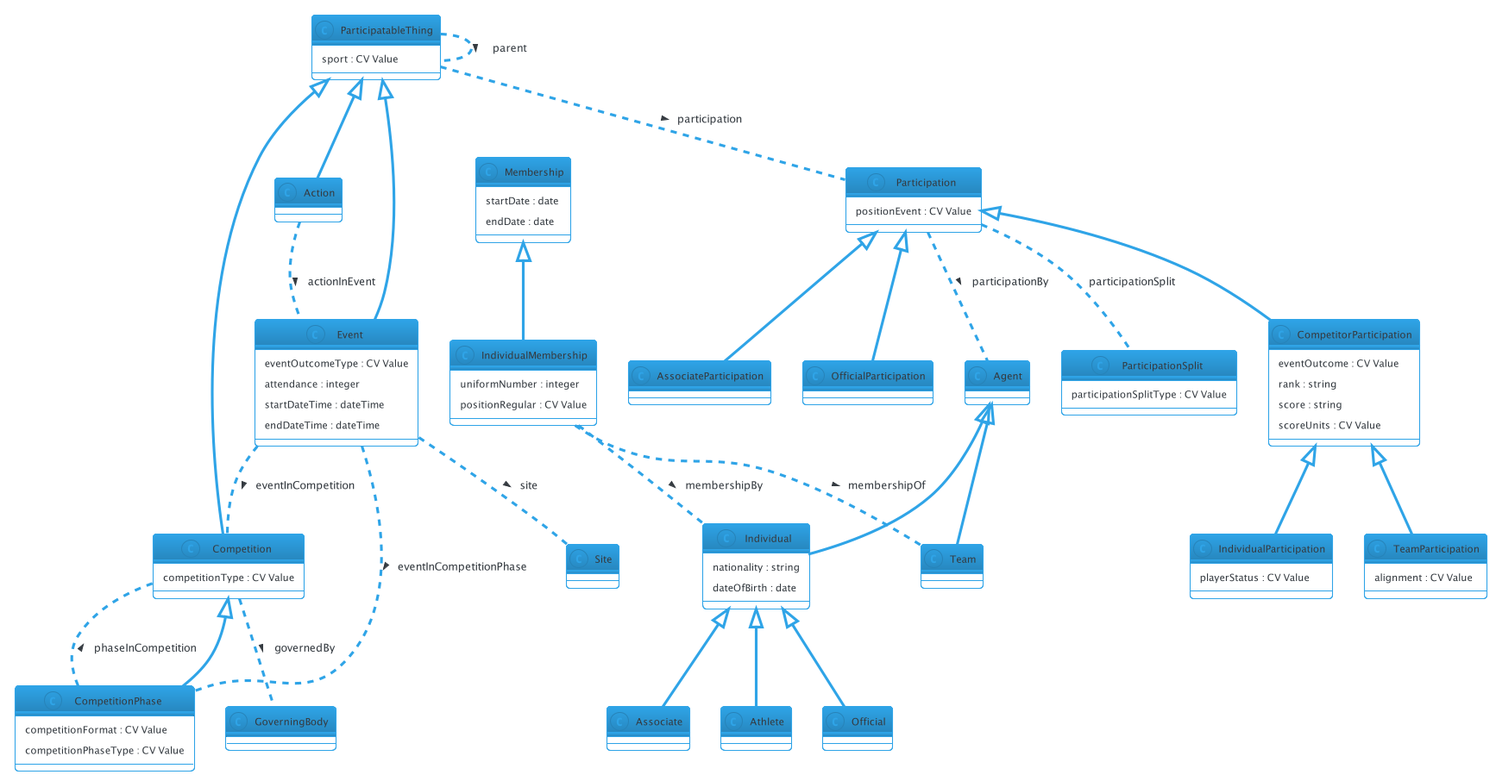
Before: docs/diagrams/iptc-sport-model.png, a diagram exported from PlantUML (iptc/sport-schema).
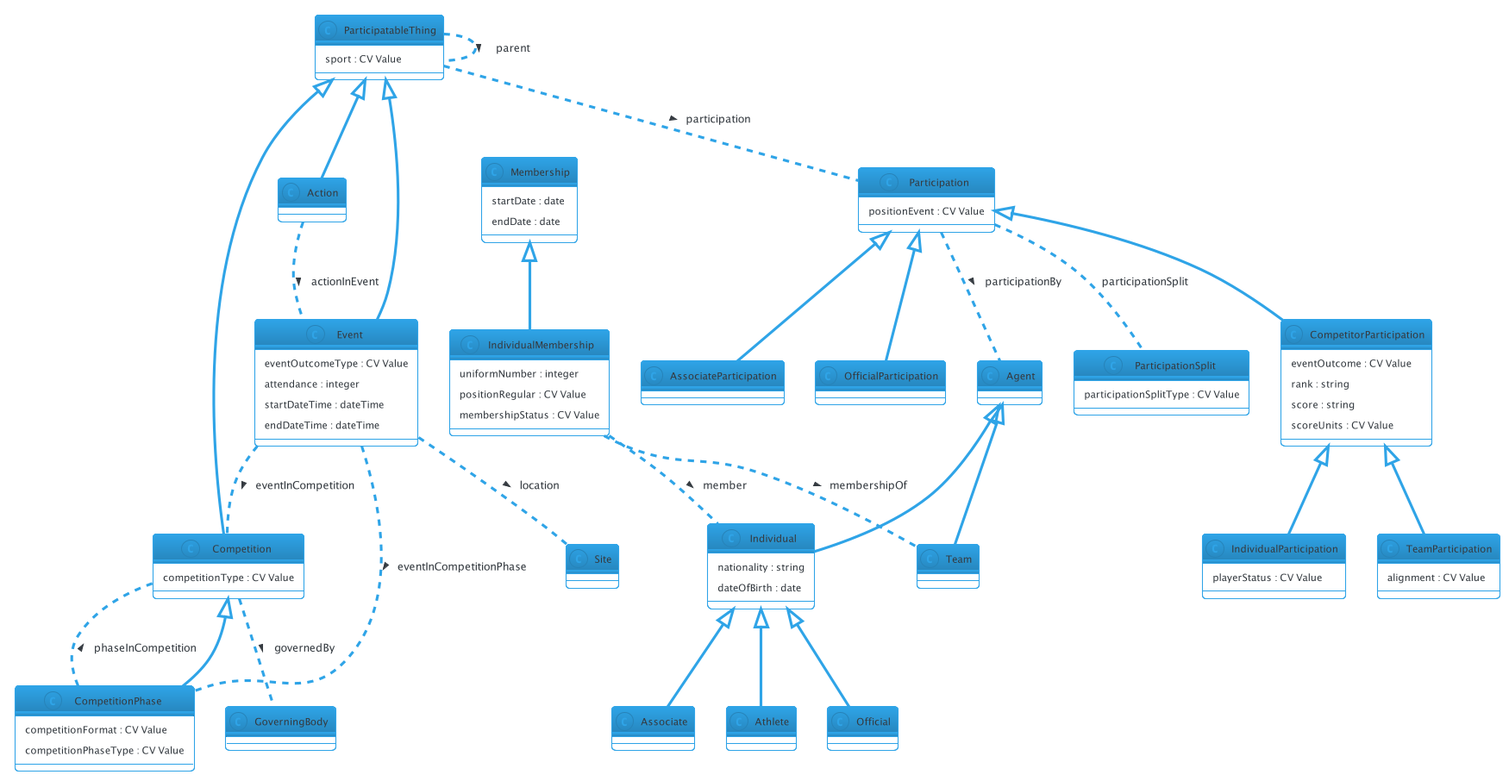
The same diagram one commit later.

Diff of the diagram source:
```diff
@@ -85,6 +85,7 @@
 class IndividualMembership {
   uniformNumber : integer
   positionRegular : CV Value
+  membershipStatus : CV Value
 }
 
 class Site {
@@ -111,15 +112,14 @@
 ParticipatableThing .. Participation : > participation
 ParticipatableThing .. ParticipatableThing : > parent
 
-
 Action .. Event : > actionInEvent
 Event .. Competition : > eventInCompetition
 Event .. CompetitionPhase : > eventInCompetitionPhase
 CompetitionPhase .. Competition : > phaseInCompetition
 
 Competition .. GoverningBody : > governedBy
-Event .. Site :  > site
-IndividualMembership .. Individual : > membershipBy
+Event .. Site :  > location
+IndividualMembership .. Individual : > member
 Participation .. Agent : > participationBy
 Participation .. ParticipationSplit : participationSplit
 IndividualMembership .. Team : > membershipOf
```
